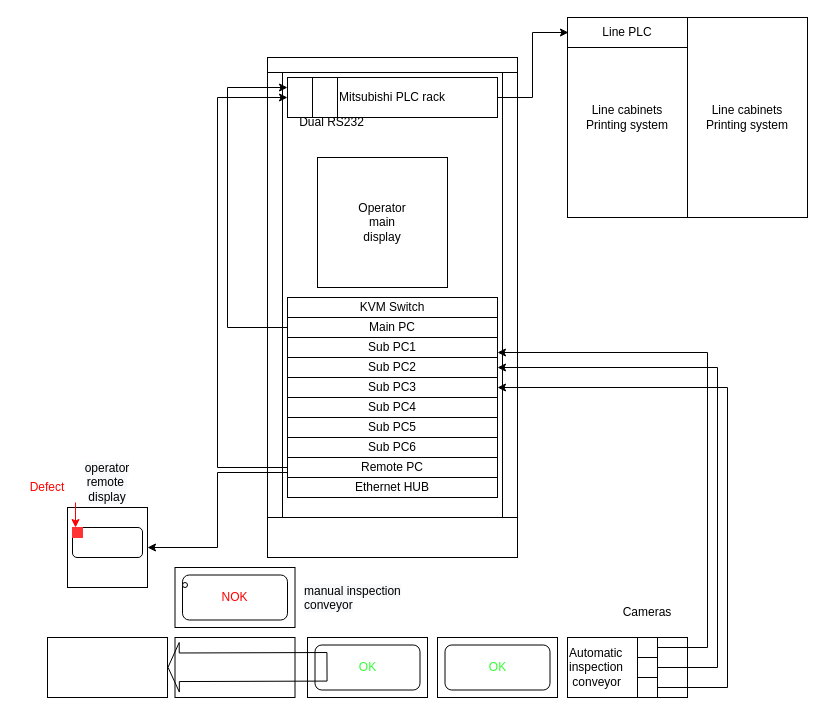
This is page "Page-1" (1 of 2) of GW Inspection.drawio from megavad/Diagrams, a draw.io file, before an edit. Source tidied: cells renumbered, new cells numbered last; positions are measured from the earlier drawing's top-left corner, leaving out a move shared by most shapes. Both pictures are drawn from the tidied source at 100%, with x=0, y=0 at pixel (17, 17).
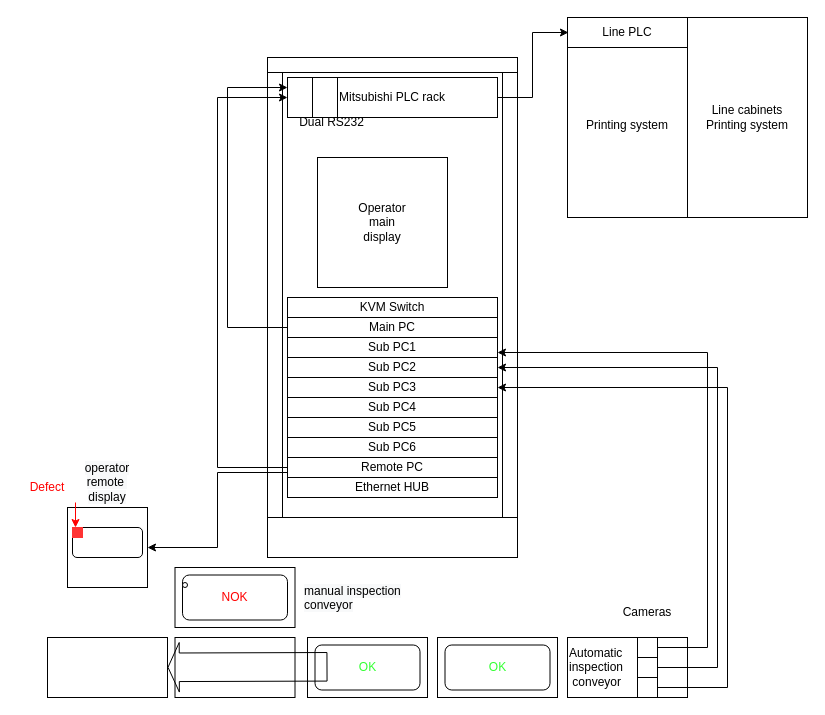
Above is the later version.

The edit, as a diff of the source:
```diff
@@
-    <mxCell id="22" value="Line cabinets&lt;br&gt;Printing system" style="rounded=0;whiteSpace=wrap;html=1;" parent="1" vertex="1">
+    <mxCell id="22" value="&lt;br&gt;Printing system" style="rounded=0;whiteSpace=wrap;html=1;" parent="1" vertex="1">
       <mxGeometry x="550" width="120" height="200" as="geometry" />
     </mxCell>
```
